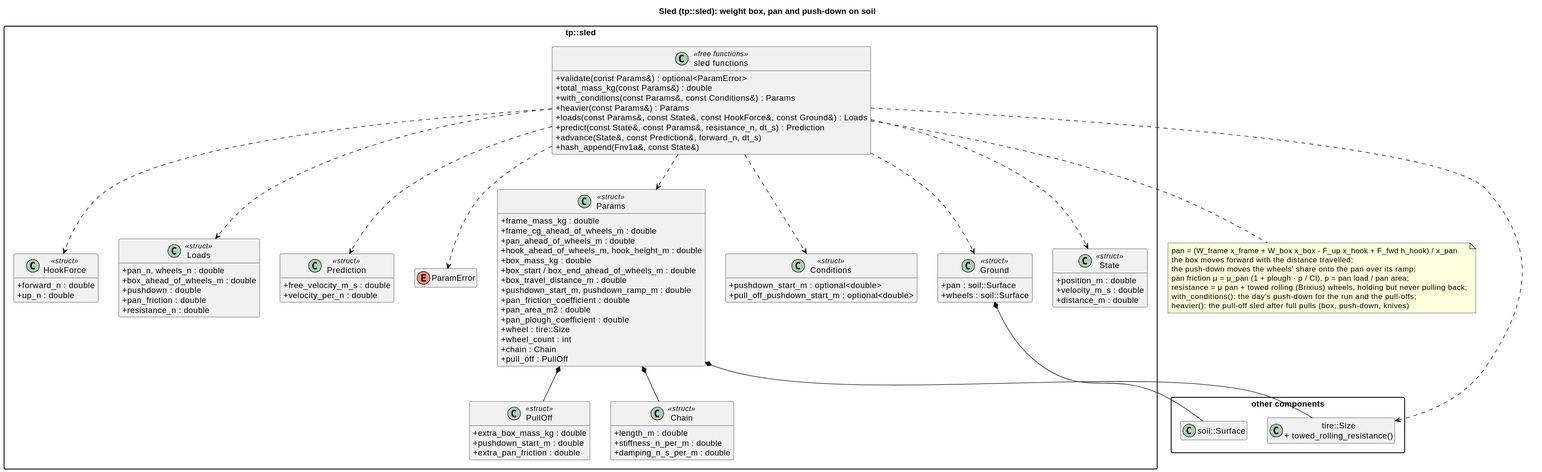
The PlantUML diagram docs/diagrams/svg/sled_classes.svg in wversteeg/TractorPulling, before a commit.
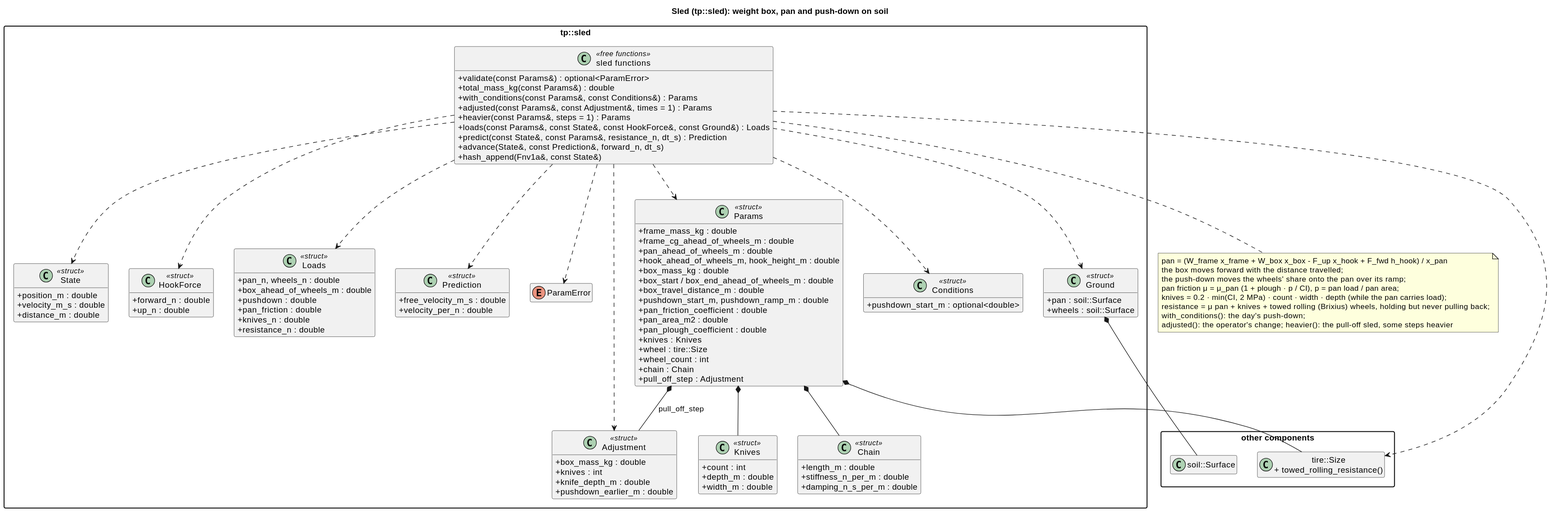
After the commit.

Diff of the diagram source:
```diff
@@ -22,15 +22,22 @@
     +pan_friction_coefficient : double
     +pan_area_m2 : double
     +pan_plough_coefficient : double
+    +knives : Knives
     +wheel : tire::Size
     +wheel_count : int
     +chain : Chain
-    +pull_off : PullOff
+    +pull_off_step : Adjustment
   }
-  class PullOff <<struct>> {
-    +extra_box_mass_kg : double
-    +pushdown_start_m : double
-    +extra_pan_friction : double
+  class Knives <<struct>> {
+    +count : int
+    +depth_m : double
+    +width_m : double
+  }
+  class Adjustment <<struct>> {
+    +box_mass_kg : double
+    +knives : int
+    +knife_depth_m : double
+    +pushdown_earlier_m : double
   }
   class Chain <<struct>> {
     +length_m : double
@@ -39,7 +46,6 @@
   }
   class Conditions <<struct>> {
     +pushdown_start_m : optional<double>
-    +pull_off_pushdown_start_m : optional<double>
   }
   class Ground <<struct>> {
     +pan : soil::Surface
@@ -59,6 +65,7 @@
     +box_ahead_of_wheels_m : double
     +pushdown : double
     +pan_friction : double
+    +knives_n : double
     +resistance_n : double
   }
   class Prediction <<struct>> {
@@ -70,14 +77,17 @@
     +validate(const Params&) : optional<ParamError>
     +total_mass_kg(const Params&) : double
     +with_conditions(const Params&, const Conditions&) : Params
-    +heavier(const Params&) : Params
+    +adjusted(const Params&, const Adjustment&, times = 1) : Params
+    +heavier(const Params&, steps = 1) : Params
     +loads(const Params&, const State&, const HookForce&, const Ground&) : Loads
     +predict(const State&, const Params&, resistance_n, dt_s) : Prediction
     +advance(State&, const Prediction&, forward_n, dt_s)
     +hash_append(Fnv1a&, const State&)
   }
   Params *-- Chain
-  Params *-- PullOff
+  Params *-- Knives
+  Params *-- Adjustment : pull_off_step
+  SledFns ..> Adjustment
   SledFns ..> Params
   SledFns ..> State
   SledFns ..> HookForce
@@ -92,9 +102,10 @@
   the box moves forward with the distance travelled;
   the push-down moves the wheels' share onto the pan over its ramp;
   pan friction μ = μ_pan (1 + plough · p / CI), p = pan load / pan area;
-  resistance = μ pan + towed rolling (Brixius) wheels, holding but never pulling back;
-  with_conditions(): the day's push-down for the run and the pull-offs;
-  heavier(): the pull-off sled after full pulls (box, push-down, knives)
+  knives = 0.2 · min(CI, 2 MPa) · count · width · depth (while the pan carries load);
+  resistance = μ pan + knives + towed rolling (Brixius) wheels, holding but never pulling back;
+  with_conditions(): the day's push-down;
+  adjusted(): the operator's change; heavier(): the pull-off sled, some steps heavier
 end note
 Params *-- Tire
 Ground *-- Surface
```
